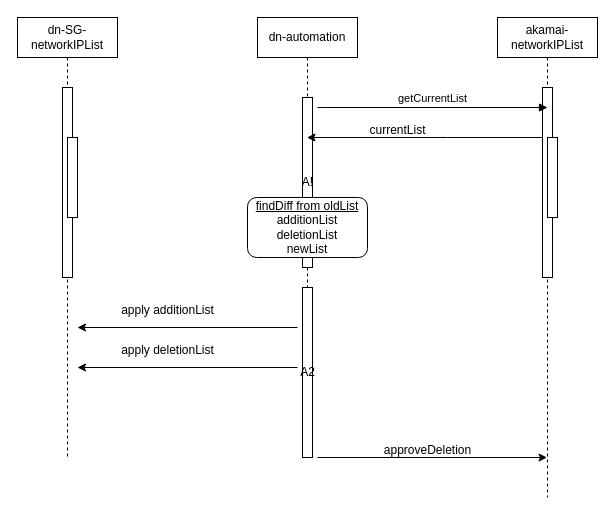
Above: Untitled Diagram.drawio in pandu-test-org/pandu-test-repo (draw.io), before the change. Source tidied: cells renumbered, new cells numbered last; positions are measured from the earlier drawing's top-left corner, leaving out a move shared by most shapes. Both pictures are drawn from the tidied source at 100%, with x=0, y=0 at pixel (17, 17).
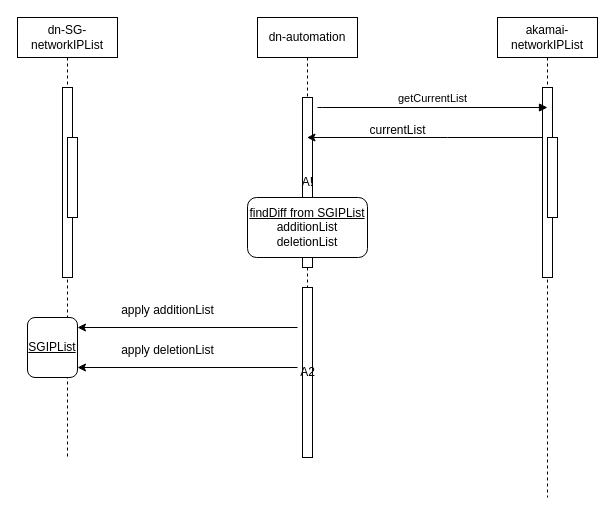
After the change.

Unchanged cells that the change refers to:
```xml
<mxCell id="7" value="akamai-networkIPList" style="shape=umlLifeline;perimeter=lifelinePerimeter;whiteSpace=wrap;html=1;outlineConnect=0;portConstraint=eastwest;newEdgeStyle={&quot;edgeStyle&quot;:&quot;elbowEdgeStyle&quot;,&quot;elbow&quot;:&quot;vertical&quot;,&quot;curved&quot;:0,&quot;rounded&quot;:0};" parent="1" vertex="1">
  <mxGeometry x="480" width="100" height="480" as="geometry" />
</mxCell>
```

Diff of the diagram source:
```diff
@@
-    <mxCell id="13" value="&lt;u&gt;findDiff from oldList&lt;/u&gt;&lt;br&gt;additionList&lt;br&gt;deletionList&lt;br&gt;newList" style="rounded=1;whiteSpace=wrap;html=1;" parent="1" vertex="1">
+    <mxCell id="13" value="&lt;u&gt;findDiff from SGIPList&lt;/u&gt;&lt;br&gt;additionList&lt;br&gt;deletionList" style="rounded=1;whiteSpace=wrap;html=1;" parent="1" vertex="1">
       <mxGeometry x="230" y="180" width="120" height="60" as="geometry" />
     </mxCell>
@@
-    <mxCell id="19" style="endArrow=classic;html=1;rounded=0;" parent="1" edge="1" target="7">
-      <mxGeometry relative="1" as="geometry">
-        <mxPoint x="300" y="440" as="sourcePoint" />
-      </mxGeometry>
-    </mxCell>
-    <mxCell id="20" value="approveDeletion" style="text;html=1;align=center;verticalAlign=middle;strokeColor=none;fillColor=none;" parent="1" vertex="1">
-      <mxGeometry x="355" y="418" width="110" height="30" as="geometry" />
-    </mxCell>
+    <mxCell id="21" value="&lt;u style=&quot;border-color: var(--border-color);&quot;&gt;SGIPList&lt;/u&gt;" style="rounded=1;whiteSpace=wrap;html=1;" parent="1" vertex="1">
+      <mxGeometry x="10" y="300" width="50" height="60" as="geometry" />
+    </mxCell>
```
